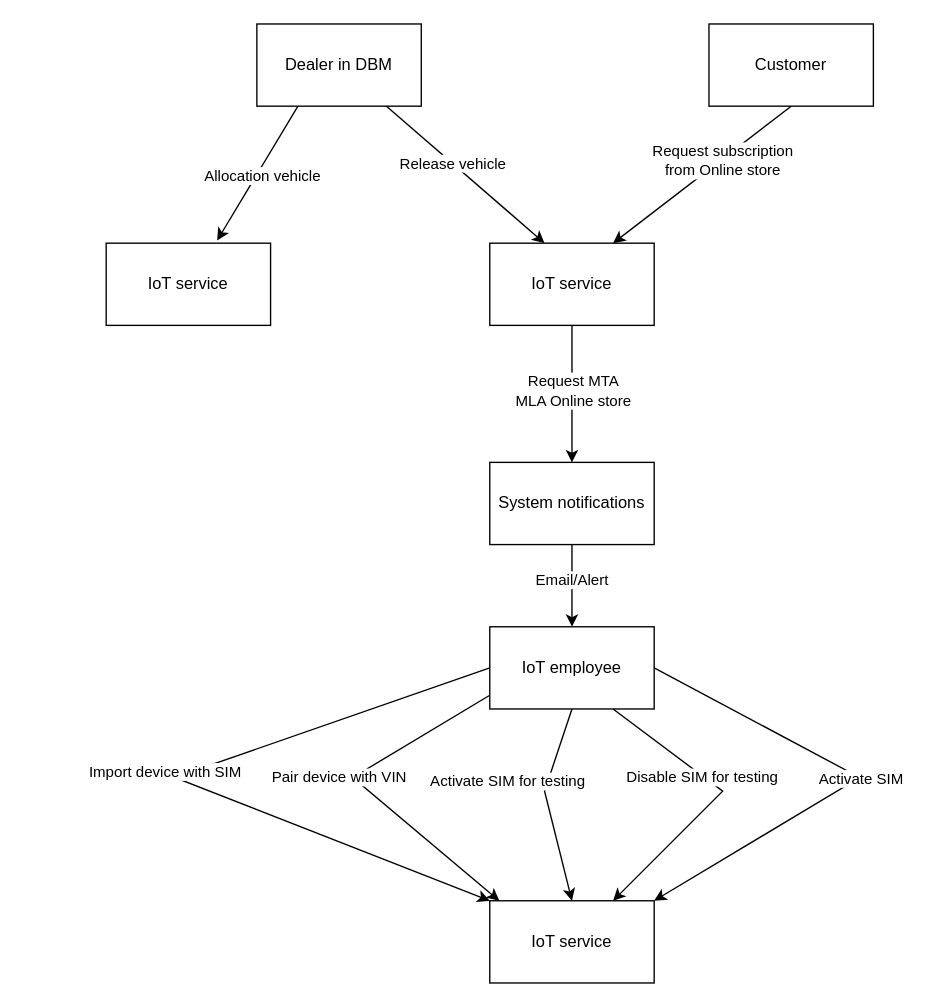
hoa89nguyen/testGIT keeps this draw.io diagram as page "LDCM" (17 of 17) of Untitled Diagram.drawio. Above is the earlier version. Source tidied: cells renumbered, new cells numbered last; positions are measured from the earlier drawing's top-left corner, leaving out a move shared by most shapes. Both pictures are drawn from the tidied source at 137%, with x=0, y=0 at pixel (105, 23).
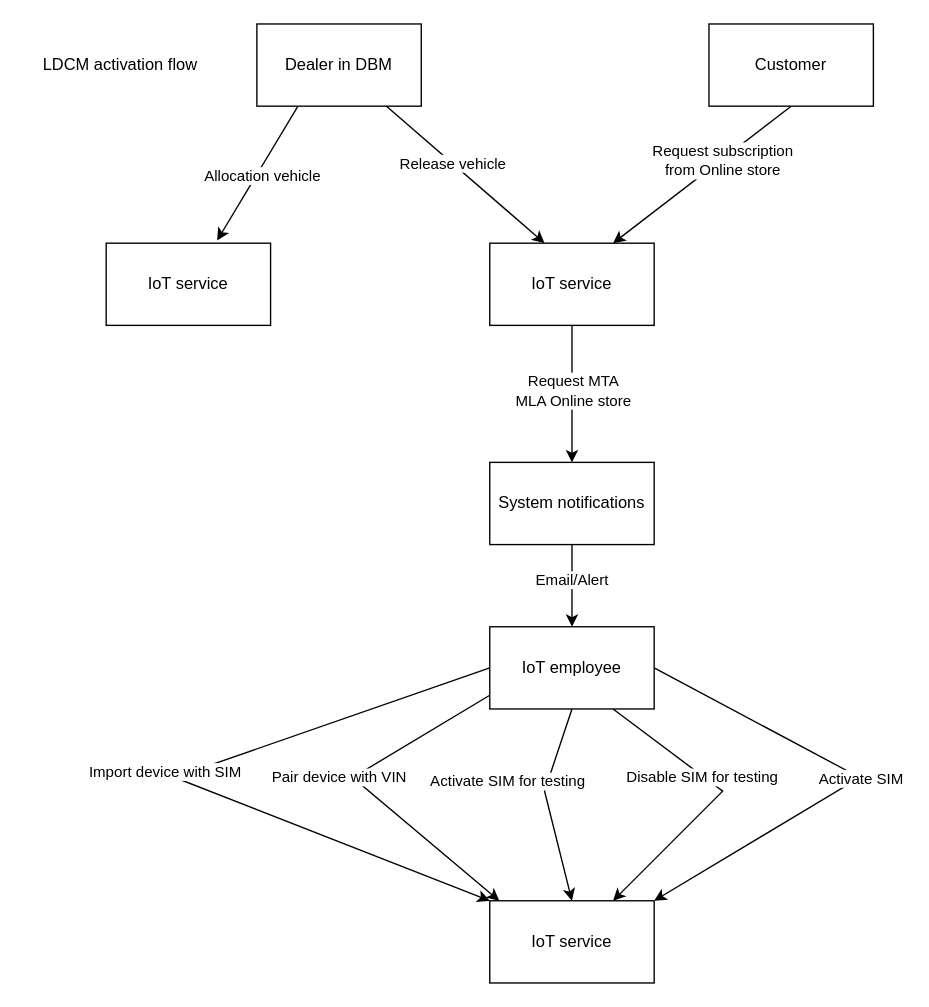
The same page after the edit.

Diff of the diagram source:
```diff
@@
+    <mxCell id="29" value="LDCM activation flow" style="text;html=1;align=center;verticalAlign=middle;strokeColor=none;fillColor=none;" parent="1" vertex="1">
+      <mxGeometry x="-60" y="15" width="140" height="30" as="geometry" />
+    </mxCell>
```
